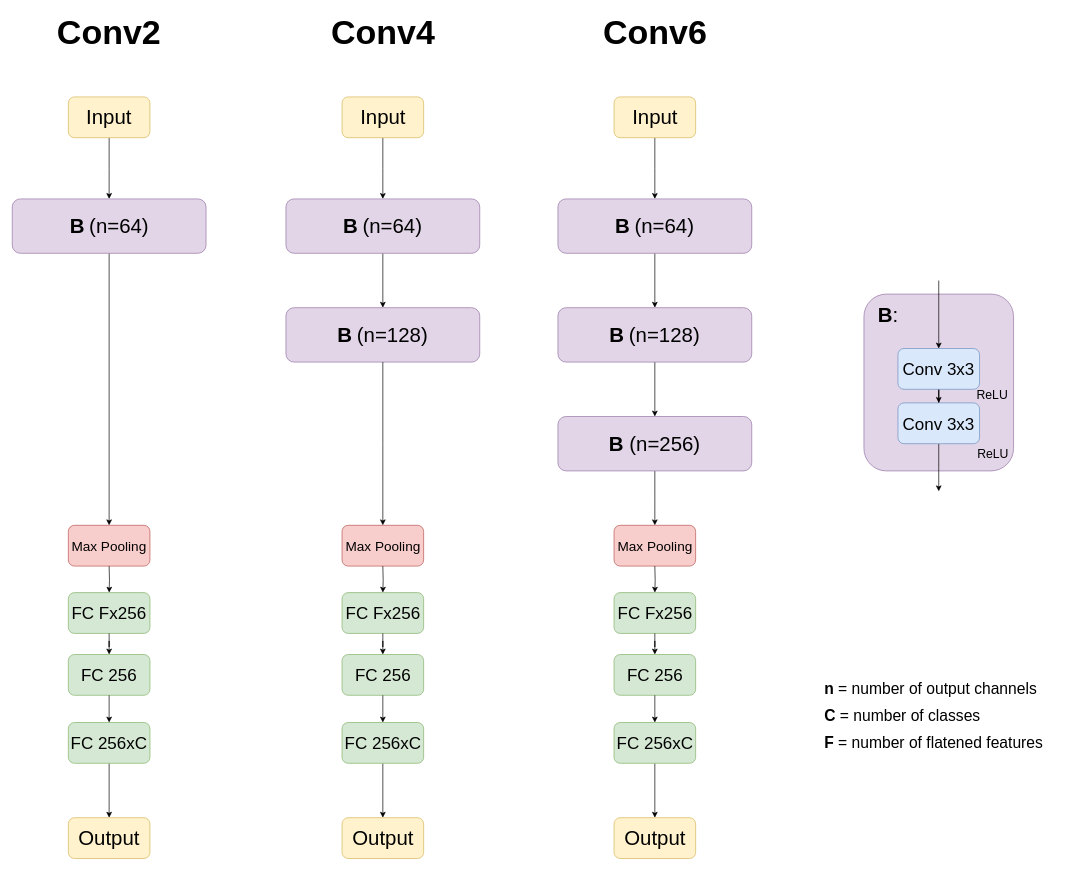
Above: page "Page-8" (8 of 9) of chapter_dlo/assets/dlo_schemes_drawio.drawio in N0ciple/latex-these (draw.io), before the change. Source tidied: cells renumbered, new cells numbered last; positions are measured from the earlier drawing's top-left corner, leaving out a move shared by most shapes. Both pictures are drawn from the tidied source at 68%, with x=0, y=0 at pixel (12, 22).
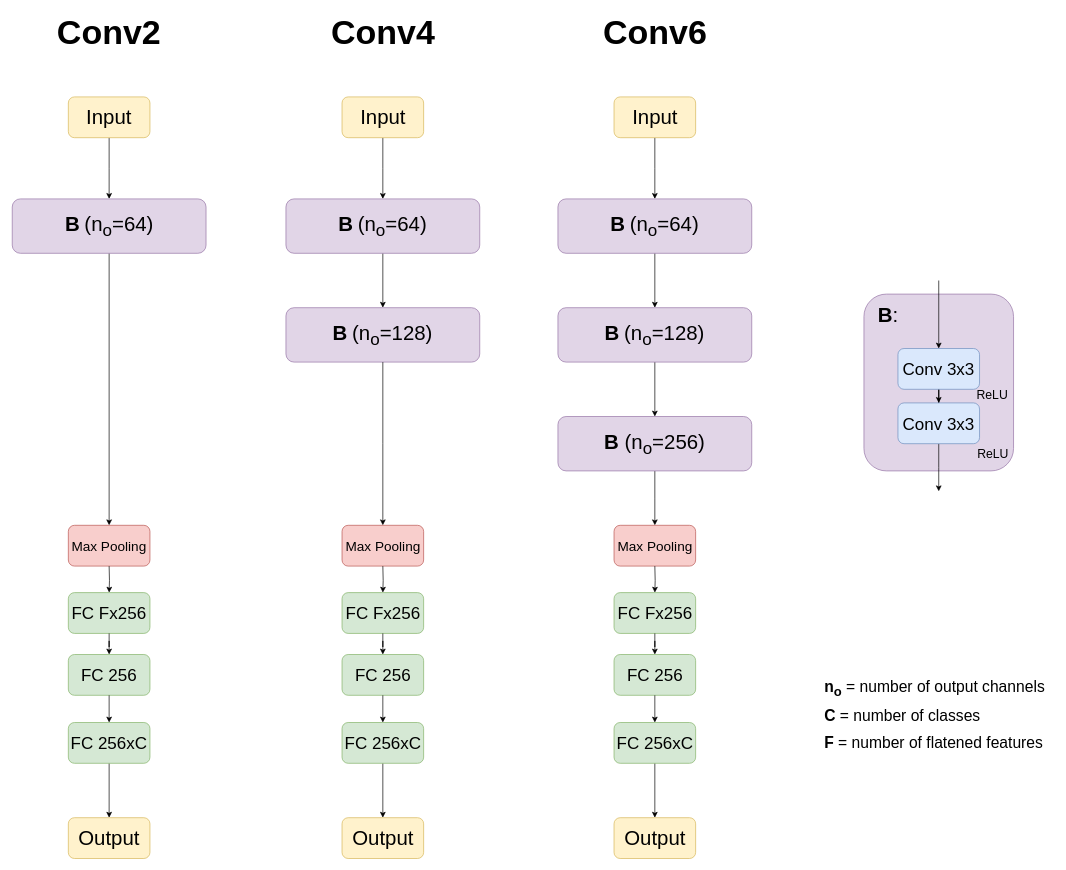
After the change.

Commit message (it also covers changes not shown here):
update scheme notations (n_o=number of channels)

Diff of the diagram source:
```diff
@@
-    <mxCell id="6" value="&lt;font style=&quot;&quot;&gt;&lt;b style=&quot;&quot;&gt;&lt;span style=&quot;font-size: 30px;&quot;&gt;B&lt;/span&gt;&lt;span style=&quot;font-size: 25px;&quot;&gt;&amp;nbsp;&lt;/span&gt;&lt;/b&gt;&lt;span style=&quot;font-size: 30px;&quot;&gt;(n=64)&lt;/span&gt;&lt;/font&gt;" style="rounded=1;whiteSpace=wrap;html=1;fillColor=#e1d5e7;strokeColor=#9673a6;" parent="1" vertex="1">
+    <mxCell id="6" value="&lt;font style=&quot;&quot;&gt;&lt;b style=&quot;&quot;&gt;&lt;span style=&quot;font-size: 30px;&quot;&gt;B&lt;/span&gt;&lt;span style=&quot;font-size: 25px;&quot;&gt;&amp;nbsp;&lt;/span&gt;&lt;/b&gt;&lt;span style=&quot;font-size: 30px;&quot;&gt;(n&lt;sub&gt;o&lt;/sub&gt;=64)&lt;/span&gt;&lt;/font&gt;" style="rounded=1;whiteSpace=wrap;html=1;fillColor=#e1d5e7;strokeColor=#9673a6;" parent="1" vertex="1">
       <mxGeometry x="-0.5" y="260" width="285" height="80" as="geometry" />
     </mxCell>
-    <mxCell id="7" value="&lt;font style=&quot;font-size: 23px;&quot;&gt;&lt;b&gt;n&lt;/b&gt; = number of output channels&lt;/font&gt;" style="text;html=1;strokeColor=none;fillColor=none;align=left;verticalAlign=middle;whiteSpace=wrap;rounded=0;" parent="1" vertex="1">
-      <mxGeometry x="1192" y="960" width="320" height="40" as="geometry" />
+    <mxCell id="7" value="&lt;font style=&quot;font-size: 23px;&quot;&gt;&lt;b&gt;n&lt;sub&gt;o&lt;/sub&gt;&lt;/b&gt;&amp;nbsp;= number of output channels&lt;/font&gt;" style="text;html=1;strokeColor=none;fillColor=none;align=left;verticalAlign=middle;whiteSpace=wrap;rounded=0;" parent="1" vertex="1">
+      <mxGeometry x="1192" y="960" width="330" height="40" as="geometry" />
     </mxCell>
@@
-    <mxCell id="31" value="&lt;font style=&quot;&quot;&gt;&lt;b style=&quot;&quot;&gt;&lt;span style=&quot;font-size: 30px;&quot;&gt;B&lt;/span&gt;&lt;span style=&quot;font-size: 25px;&quot;&gt;&amp;nbsp;&lt;/span&gt;&lt;/b&gt;&lt;span style=&quot;font-size: 30px;&quot;&gt;(n=64)&lt;/span&gt;&lt;/font&gt;" style="rounded=1;whiteSpace=wrap;html=1;fillColor=#e1d5e7;strokeColor=#9673a6;" parent="1" vertex="1">
+    <mxCell id="31" value="&lt;font style=&quot;&quot;&gt;&lt;b style=&quot;&quot;&gt;&lt;span style=&quot;font-size: 30px;&quot;&gt;B&lt;/span&gt;&lt;span style=&quot;font-size: 25px;&quot;&gt;&amp;nbsp;&lt;/span&gt;&lt;/b&gt;&lt;span style=&quot;font-size: 30px;&quot;&gt;(n&lt;sub&gt;o&lt;/sub&gt;=64)&lt;/span&gt;&lt;/font&gt;" style="rounded=1;whiteSpace=wrap;html=1;fillColor=#e1d5e7;strokeColor=#9673a6;" parent="1" vertex="1">
       <mxGeometry x="402" y="260" width="285" height="80" as="geometry" />
     </mxCell>
-    <mxCell id="32" value="&lt;font style=&quot;&quot;&gt;&lt;b style=&quot;&quot;&gt;&lt;span style=&quot;font-size: 30px;&quot;&gt;B&lt;/span&gt;&lt;span style=&quot;font-size: 25px;&quot;&gt;&amp;nbsp;&lt;/span&gt;&lt;/b&gt;&lt;span style=&quot;font-size: 30px;&quot;&gt;(n=128)&lt;/span&gt;&lt;/font&gt;" style="rounded=1;whiteSpace=wrap;html=1;fillColor=#e1d5e7;strokeColor=#9673a6;" parent="1" vertex="1">
+    <mxCell id="32" value="&lt;font style=&quot;&quot;&gt;&lt;b style=&quot;&quot;&gt;&lt;span style=&quot;font-size: 30px;&quot;&gt;B&lt;/span&gt;&lt;span style=&quot;font-size: 25px;&quot;&gt;&amp;nbsp;&lt;/span&gt;&lt;/b&gt;&lt;span style=&quot;font-size: 30px;&quot;&gt;(n&lt;sub&gt;o&lt;/sub&gt;=128)&lt;/span&gt;&lt;/font&gt;" style="rounded=1;whiteSpace=wrap;html=1;fillColor=#e1d5e7;strokeColor=#9673a6;" parent="1" vertex="1">
       <mxGeometry x="402" y="420" width="285" height="80" as="geometry" />
     </mxCell>
@@
-    <mxCell id="46" value="&lt;font style=&quot;&quot;&gt;&lt;b style=&quot;&quot;&gt;&lt;span style=&quot;font-size: 30px;&quot;&gt;B&lt;/span&gt;&lt;span style=&quot;font-size: 25px;&quot;&gt;&amp;nbsp;&lt;/span&gt;&lt;/b&gt;&lt;span style=&quot;font-size: 30px;&quot;&gt;(n=64)&lt;/span&gt;&lt;/font&gt;" style="rounded=1;whiteSpace=wrap;html=1;fillColor=#e1d5e7;strokeColor=#9673a6;" parent="1" vertex="1">
+    <mxCell id="46" value="&lt;font style=&quot;&quot;&gt;&lt;b style=&quot;&quot;&gt;&lt;span style=&quot;font-size: 30px;&quot;&gt;B&lt;/span&gt;&lt;span style=&quot;font-size: 25px;&quot;&gt;&amp;nbsp;&lt;/span&gt;&lt;/b&gt;&lt;span style=&quot;font-size: 30px;&quot;&gt;(n&lt;sub&gt;o&lt;/sub&gt;=64)&lt;/span&gt;&lt;/font&gt;" style="rounded=1;whiteSpace=wrap;html=1;fillColor=#e1d5e7;strokeColor=#9673a6;" parent="1" vertex="1">
       <mxGeometry x="802" y="260" width="285" height="80" as="geometry" />
     </mxCell>
@@
-    <mxCell id="48" value="&lt;font style=&quot;&quot;&gt;&lt;b style=&quot;&quot;&gt;&lt;span style=&quot;font-size: 30px;&quot;&gt;B&lt;/span&gt;&lt;span style=&quot;font-size: 25px;&quot;&gt;&amp;nbsp;&lt;/span&gt;&lt;/b&gt;&lt;span style=&quot;font-size: 30px;&quot;&gt;(n=128)&lt;/span&gt;&lt;/font&gt;" style="rounded=1;whiteSpace=wrap;html=1;fillColor=#e1d5e7;strokeColor=#9673a6;" parent="1" vertex="1">
+    <mxCell id="48" value="&lt;font style=&quot;&quot;&gt;&lt;b style=&quot;&quot;&gt;&lt;span style=&quot;font-size: 30px;&quot;&gt;B&lt;/span&gt;&lt;span style=&quot;font-size: 25px;&quot;&gt;&amp;nbsp;&lt;/span&gt;&lt;/b&gt;&lt;span style=&quot;font-size: 30px;&quot;&gt;(n&lt;sub&gt;o&lt;/sub&gt;=128)&lt;/span&gt;&lt;/font&gt;" style="rounded=1;whiteSpace=wrap;html=1;fillColor=#e1d5e7;strokeColor=#9673a6;" parent="1" vertex="1">
       <mxGeometry x="802" y="420" width="285" height="80" as="geometry" />
     </mxCell>
@@
-    <mxCell id="50" value="&lt;font style=&quot;font-size: 30px;&quot;&gt;&lt;b&gt;B&lt;/b&gt;&amp;nbsp;(n=256)&lt;/font&gt;" style="rounded=1;whiteSpace=wrap;html=1;fillColor=#e1d5e7;strokeColor=#9673a6;" parent="1" vertex="1">
+    <mxCell id="50" value="&lt;font style=&quot;font-size: 30px;&quot;&gt;&lt;b&gt;B&lt;/b&gt;&amp;nbsp;(n&lt;sub&gt;o&lt;/sub&gt;=256)&lt;/font&gt;" style="rounded=1;whiteSpace=wrap;html=1;fillColor=#e1d5e7;strokeColor=#9673a6;" parent="1" vertex="1">
       <mxGeometry x="802" y="580" width="285" height="80" as="geometry" />
     </mxCell>
```
